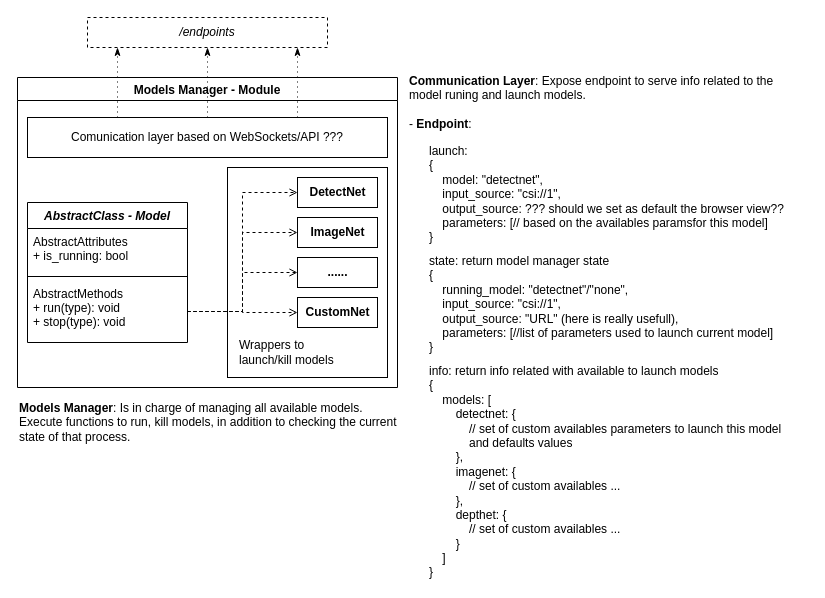
This is docs/system-diagram.drawio from EOLab-HSRW/jetson-tello-web, a draw.io file, before an edit. Source tidied: cells renumbered, new cells numbered last; positions are measured from the earlier drawing's top-left corner, leaving out a move shared by most shapes. Both pictures are drawn from the tidied source at 100%, with x=0, y=0 at pixel (17, 17).
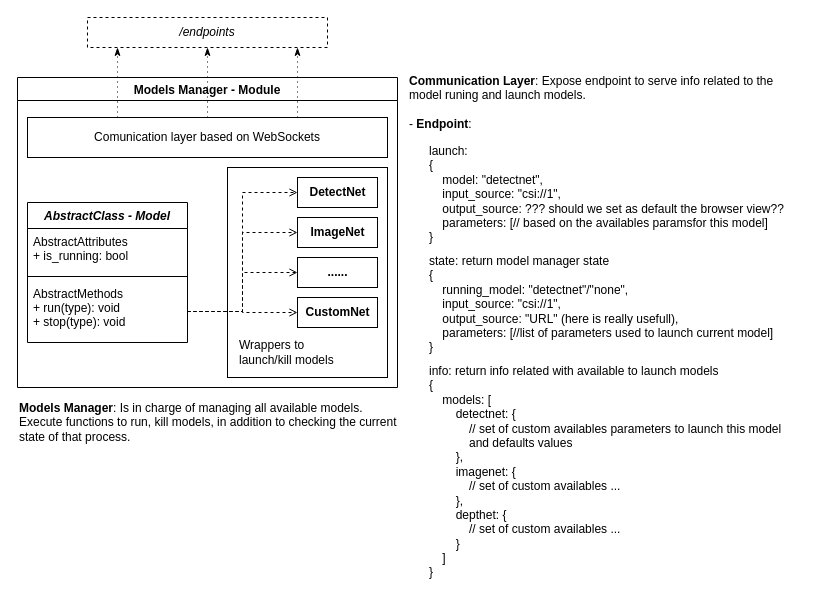
Above is the later version.

Commit message:
docs: system diagram update

Unchanged cells that the change refers to:
```xml
<mxCell id="2" value="Models Manager - Module" style="swimlane;startSize=23;" parent="1" vertex="1">
  <mxGeometry y="60" width="380" height="310" as="geometry" />
</mxCell>
```

The edit, as a diff of the source:
```diff
@@
-    <mxCell id="17" value="Comunication layer based on WebSockets/API ???" style="rounded=0;whiteSpace=wrap;html=1;fillColor=none;" parent="2" vertex="1">
+    <mxCell id="17" value="Comunication layer based on WebSockets" style="rounded=0;whiteSpace=wrap;html=1;fillColor=none;" parent="2" vertex="1">
       <mxGeometry x="10" y="40" width="360" height="40" as="geometry" />
     </mxCell>
```
